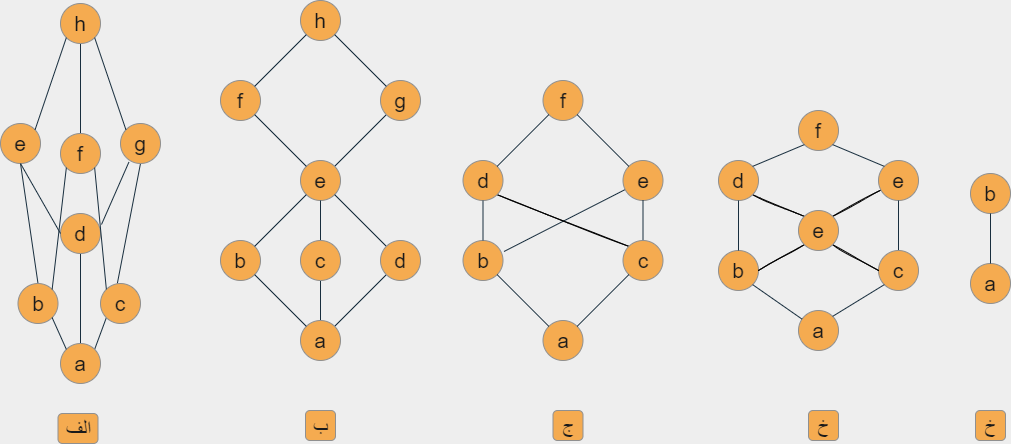
Before: 4,5/v3.drawio.png, a diagram exported from draw.io (CenaAshoori/DM-CONTENT). Source tidied: cells renumbered, new cells last; positions are measured from the earlier drawing's top-left corner, leaving out a move shared by most shapes.
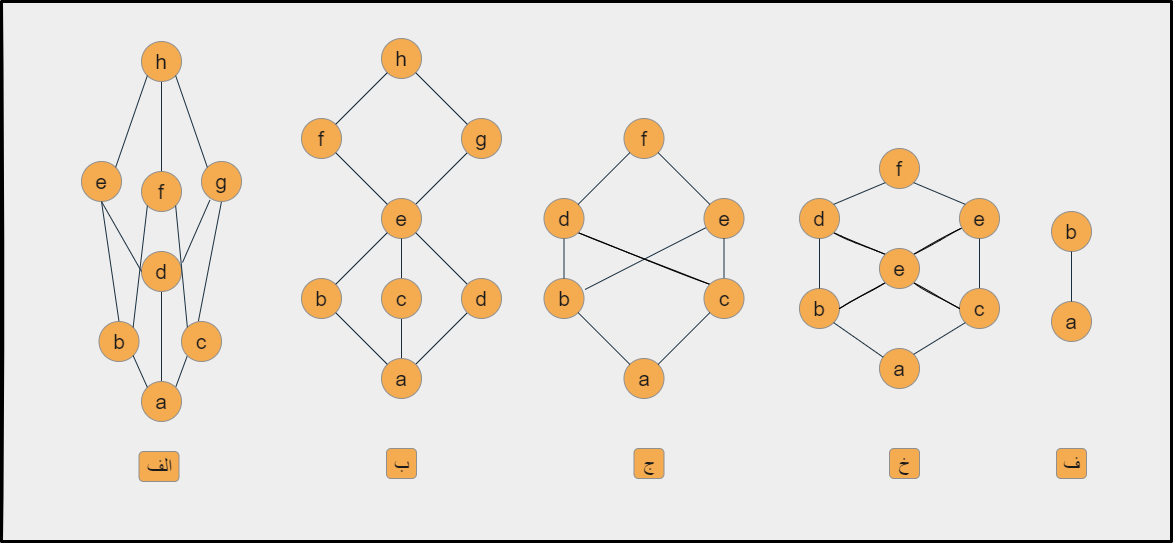
Above is the later version.

The edit, as a diff of the source:
```diff
@@ -232,8 +232,11 @@
     <mxCell id="77" style="endArrow=none;html=1;exitX=0.5;exitY=0;exitDx=0;exitDy=0;entryX=0.5;entryY=1;entryDx=0;entryDy=0;fontColor=#1A1A1A;sketch=0;labelBackgroundColor=none;labelBorderColor=none;fontSize=21;fontFamily=Helvetica;shadow=0;strokeColor=#182E3E;" parent="1" edge="1" source="75" target="76">
       <mxGeometry relative="1" as="geometry" />
     </mxCell>
-    <mxCell id="78" value="&lt;font style=&quot;font-size: 21px&quot;&gt;خ&lt;/font&gt;" style="text;html=1;align=center;verticalAlign=middle;fontSize=21;sketch=0;rounded=1;labelBackgroundColor=none;labelBorderColor=none;fontFamily=Helvetica;shadow=0;fillColor=#F5AB50;strokeColor=#909090;fontColor=#1A1A1A;" parent="1" vertex="1">
+    <mxCell id="78" value="ف" style="text;html=1;align=center;verticalAlign=middle;fontSize=21;sketch=0;rounded=1;labelBackgroundColor=none;labelBorderColor=none;fontFamily=Helvetica;shadow=0;fillColor=#F5AB50;strokeColor=#909090;fontColor=#1A1A1A;" parent="1" vertex="1">
       <mxGeometry x="975" y="410" width="30" height="30" as="geometry" />
     </mxCell>
+    <mxCell id="79" style="rounded=0;whiteSpace=wrap;html=1;shadow=0;sketch=1;fontSize=21;fontColor=#1A1A1A;strokeColor=default;strokeWidth=3;fillColor=none;" parent="1" vertex="1">
+      <mxGeometry x="-80" y="-37" width="1170" height="540" as="geometry" />
+    </mxCell>
   </root>
 </mxGraphModel>
```
